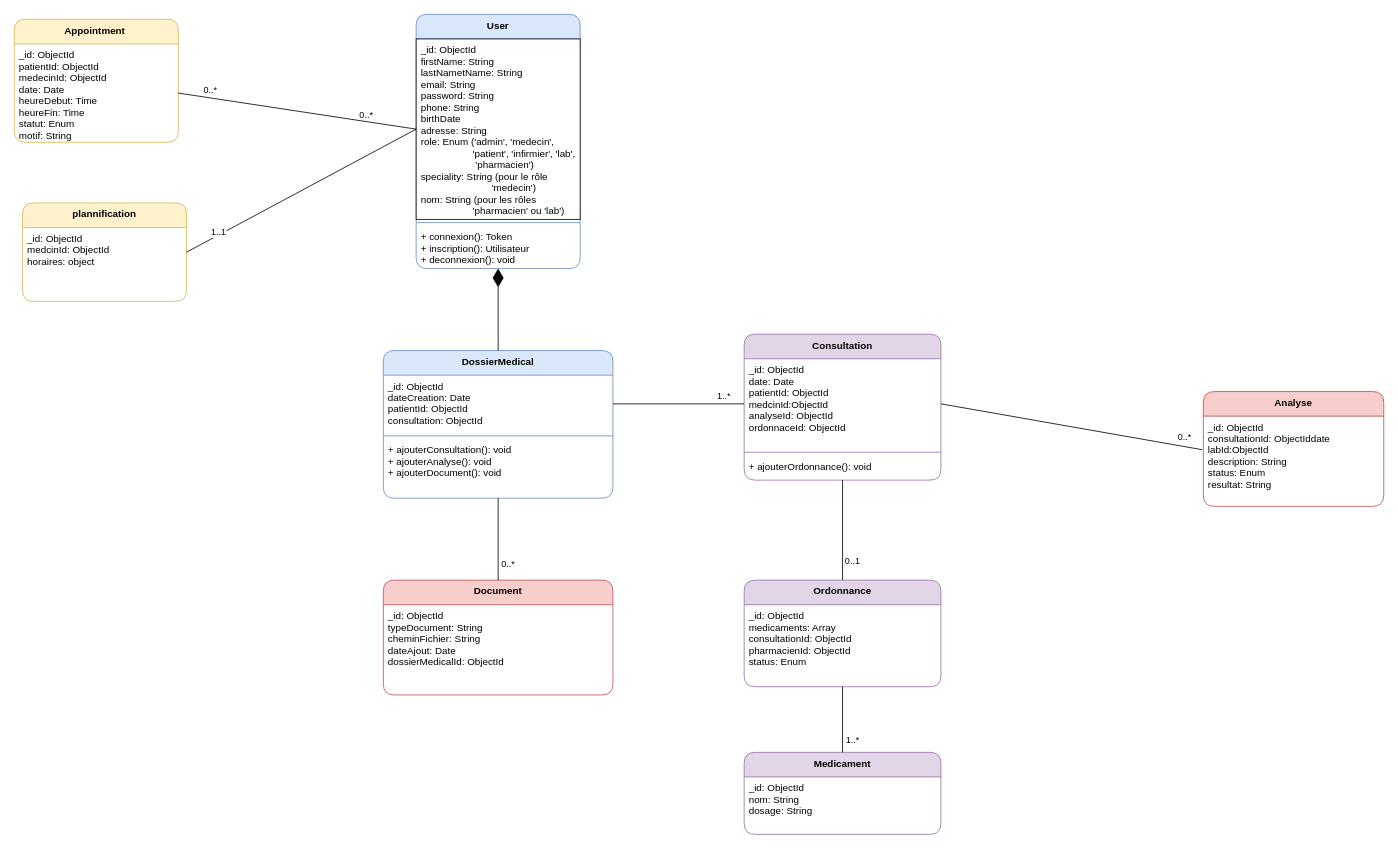
Before: backend/src/uml/medical.drawio in labitayoub/SihatiHub, a draw.io diagram. Source tidied: cells renumbered, new cells numbered last; positions are measured from the earlier drawing's top-left corner, leaving out a move shared by most shapes. Both pictures are drawn from the tidied source at 82%, with x=0, y=0 at pixel (14, 14).
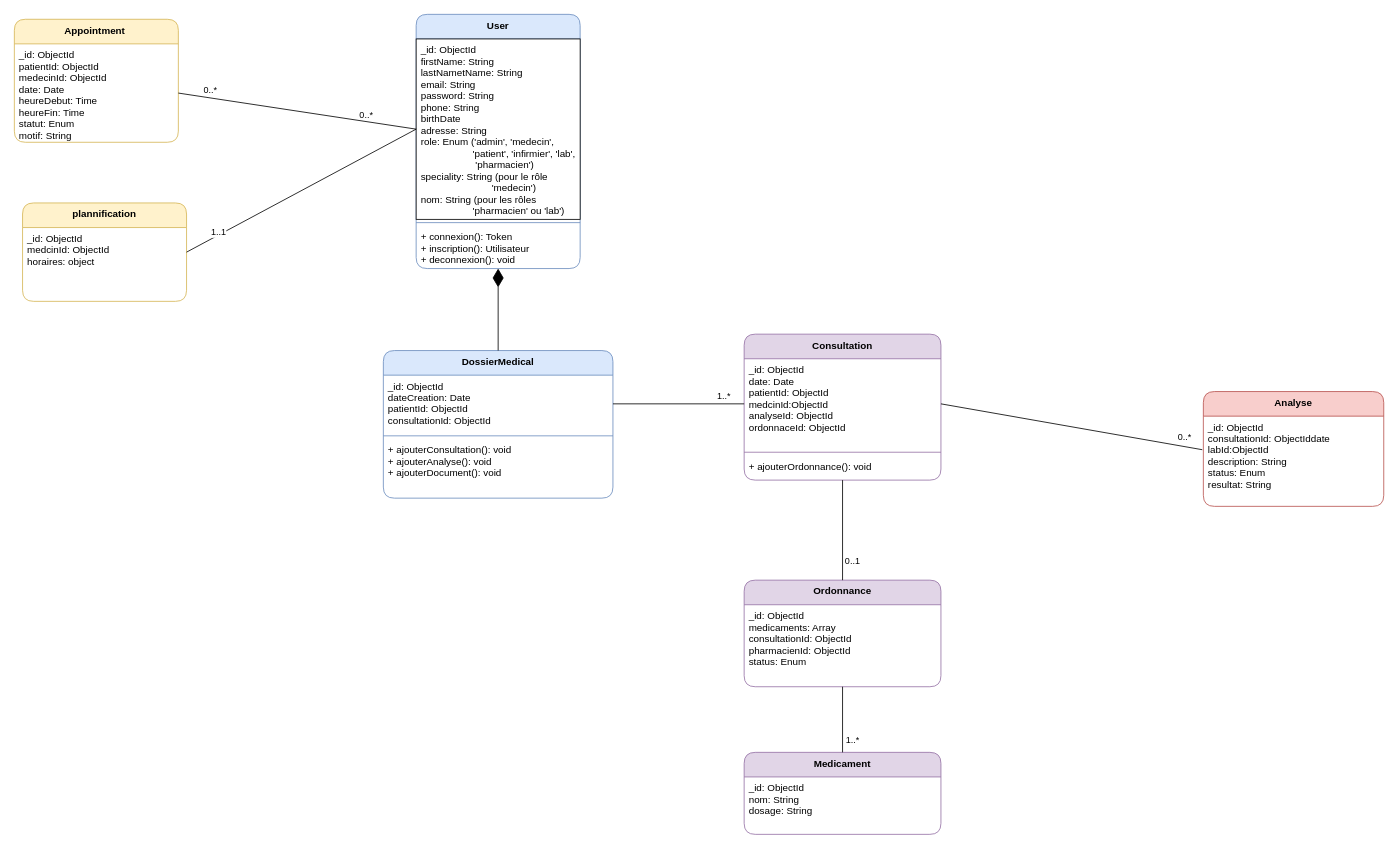
Above is the later version.

The change refers to these unchanged cells:
```xml
<mxCell id="8" value="DossierMedical" style="swimlane;fontStyle=1;align=center;verticalAlign=top;horizontal=1;startSize=30;fillColor=#dae8fc;strokeColor=#6c8ebf;rounded=1;" parent="1" vertex="1">
  <mxGeometry x="450" y="410" width="280" height="180" as="geometry" />
</mxCell>
```

What changed in the source:
```diff
@@
-    <mxCell id="9" value="_id: ObjectId&#10;dateCreation: Date&#10;patientId: ObjectId&#10;consultation: ObjectId" style="text;strokeColor=none;fillColor=none;align=left;verticalAlign=top;spacingLeft=4;spacingRight=4;overflow=hidden;points=[[0,0.5],[1,0.5]];portConstraint=eastwest;" parent="8" vertex="1">
+    <mxCell id="9" value="_id: ObjectId&#10;dateCreation: Date&#10;patientId: ObjectId&#10;consultationId: ObjectId" style="text;strokeColor=none;fillColor=none;align=left;verticalAlign=top;spacingLeft=4;spacingRight=4;overflow=hidden;points=[[0,0.5],[1,0.5]];portConstraint=eastwest;" parent="8" vertex="1">
       <mxGeometry y="30" width="280" height="70" as="geometry" />
     </mxCell>
@@
-    <mxCell id="22" value="Document" style="swimlane;fontStyle=1;align=center;verticalAlign=top;horizontal=1;startSize=30;fillColor=#f8cecc;strokeColor=#b85450;rounded=1;" parent="1" vertex="1">
-      <mxGeometry x="450" y="690" width="280" height="140" as="geometry" />
-    </mxCell>
-    <mxCell id="23" value="_id: ObjectId&#10;typeDocument: String&#10;cheminFichier: String&#10;dateAjout: Date&#10;dossierMedicalId: ObjectId" style="text;strokeColor=none;fillColor=none;align=left;verticalAlign=top;spacingLeft=4;spacingRight=4;overflow=hidden;" parent="22" vertex="1">
-      <mxGeometry y="30" width="280" height="110" as="geometry" />
-    </mxCell>
@@
-    <mxCell id="29" style="endArrow=none;endFill=0;html=1;exitX=0.5;exitY=1;exitDx=0;exitDy=0;entryX=0.5;entryY=0;entryDx=0;entryDy=0;" parent="1" edge="1" source="8" target="22">
-      <mxGeometry relative="1" as="geometry" />
-    </mxCell>
-    <mxCell id="30" value="0..*" style="edgeLabel;html=1;align=center;verticalAlign=middle;" parent="29" vertex="1">
-      <mxGeometry x="0.6" y="1" relative="1" as="geometry">
-        <mxPoint x="10" as="offset" />
-      </mxGeometry>
-    </mxCell>
```
